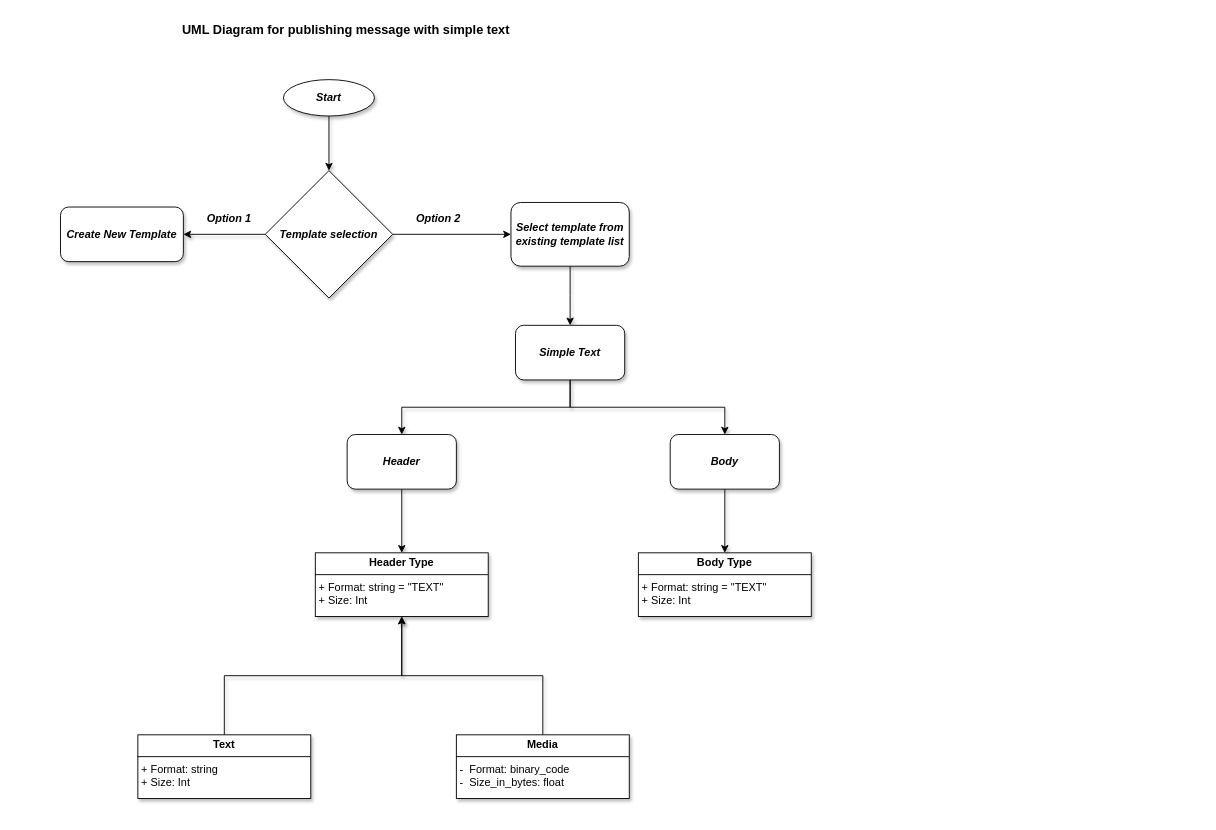
This is umi_diagrams/template_with_sample_text.drawio from AbhishekSiddagalla/Whatsapp-cloudAPI, a draw.io file, before an edit. Source tidied: cells renumbered, new cells numbered last; positions are measured from the earlier drawing's top-left corner, leaving out a move shared by most shapes. Both pictures are drawn from the tidied source at 91%, with x=0, y=0 at pixel (60, 15).
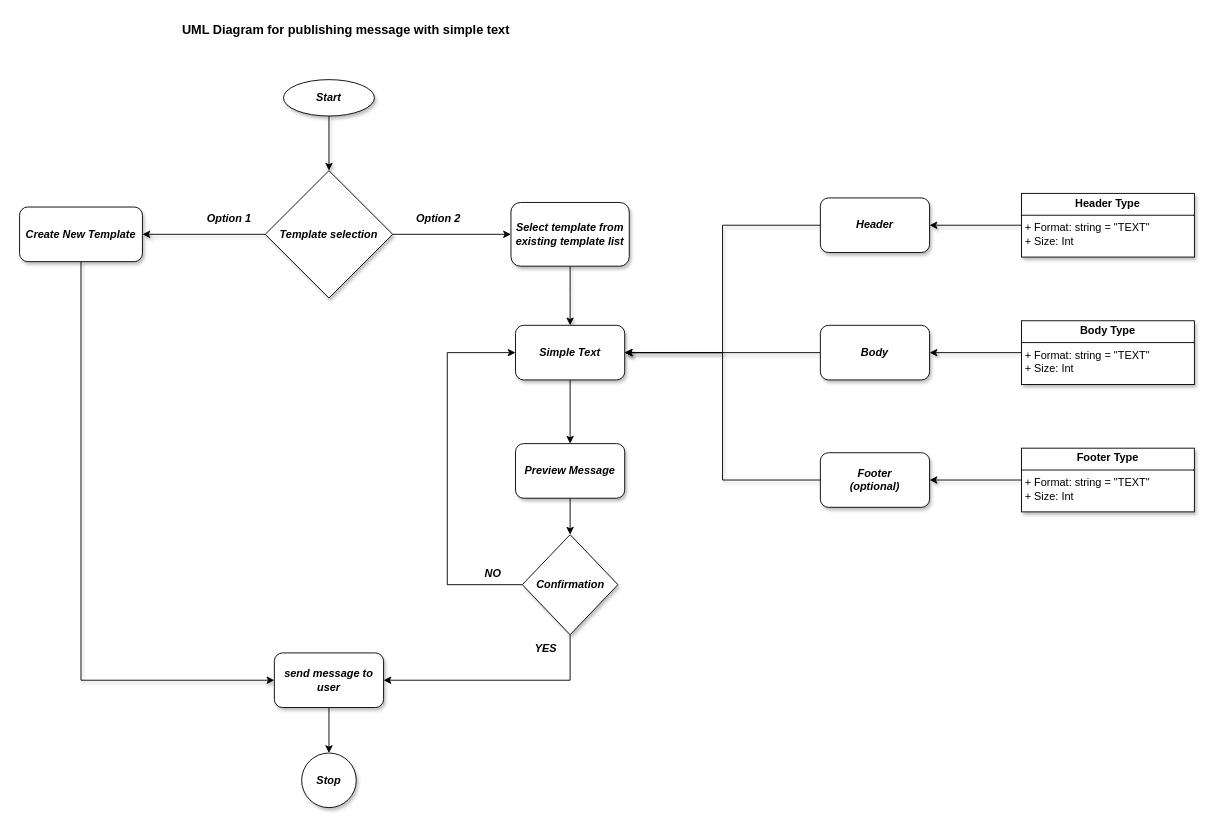
The same page after the edit.

Commit message (it also covers changes not shown here):
# uml diagrams for all tpyes of messages

Unchanged cells that the change refers to:
```xml
<mxCell id="14" value="&lt;b&gt;&lt;i&gt;Simple Text&lt;/i&gt;&lt;/b&gt;" style="rounded=1;whiteSpace=wrap;html=1;shadow=1;" parent="1" vertex="1">
  <mxGeometry x="500" y="340" width="120" height="60" as="geometry" />
</mxCell>
```

Change to the diagram source:
```diff
@@
+    <mxCell id="27" style="edgeStyle=orthogonalEdgeStyle;rounded=0;jettySize=auto;html=1;exitX=0.5;exitY=1;exitDx=0;exitDy=0;entryX=0;entryY=0.5;entryDx=0;entryDy=0;shadow=1;" parent="1" edge="1" source="11" target="37">
+      <mxGeometry relative="1" as="geometry" />
+    </mxCell>
     <mxCell id="11" value="&lt;b&gt;&lt;i&gt;Create New Template&lt;/i&gt;&lt;/b&gt;" style="rounded=1;whiteSpace=wrap;html=1;shadow=1;" parent="1" vertex="1">
-      <mxGeometry y="210" width="135" height="60" as="geometry" />
+      <mxGeometry x="-45" y="210" width="135" height="60" as="geometry" />
     </mxCell>
-    <mxCell id="12" style="edgeStyle=orthogonalEdgeStyle;rounded=0;jettySize=auto;html=1;exitX=0.5;exitY=1;exitDx=0;exitDy=0;entryX=0.5;entryY=0;entryDx=0;entryDy=0;shadow=1;" parent="1" edge="1" source="14" target="26">
-      <mxGeometry relative="1" as="geometry" />
-    </mxCell>
-    <mxCell id="13" style="edgeStyle=orthogonalEdgeStyle;rounded=0;jettySize=auto;html=1;exitX=0.5;exitY=1;exitDx=0;exitDy=0;shadow=1;" parent="1" edge="1" source="14" target="16">
-      <mxGeometry relative="1" as="geometry" />
-    </mxCell>
+    <mxCell id="28" style="edgeStyle=orthogonalEdgeStyle;rounded=0;jettySize=auto;html=1;exitX=0.5;exitY=1;exitDx=0;exitDy=0;entryX=0.5;entryY=0;entryDx=0;entryDy=0;" parent="1" edge="1" source="14" target="35">
+      <mxGeometry relative="1" as="geometry" />
+    </mxCell>
@@
-    <mxCell id="15" style="edgeStyle=orthogonalEdgeStyle;rounded=0;jettySize=auto;html=1;exitX=0.5;exitY=1;exitDx=0;exitDy=0;shadow=1;" parent="1" edge="1" source="16" target="17">
-      <mxGeometry relative="1" as="geometry" />
-    </mxCell>
+    <mxCell id="29" style="edgeStyle=orthogonalEdgeStyle;rounded=0;jettySize=auto;html=1;exitX=0;exitY=0.5;exitDx=0;exitDy=0;entryX=1;entryY=0.5;entryDx=0;entryDy=0;shadow=1;" parent="1" edge="1" source="16" target="14">
+      <mxGeometry relative="1" as="geometry" />
+    </mxCell>
     <mxCell id="16" value="&lt;b&gt;&lt;i&gt;Header&lt;/i&gt;&lt;/b&gt;" style="rounded=1;whiteSpace=wrap;html=1;shadow=1;" parent="1" vertex="1">
-      <mxGeometry x="315" y="460" width="120" height="60" as="geometry" />
+      <mxGeometry x="835" y="200" width="120" height="60" as="geometry" />
     </mxCell>
+    <mxCell id="30" style="edgeStyle=orthogonalEdgeStyle;rounded=0;jettySize=auto;html=1;exitX=0;exitY=0.5;exitDx=0;exitDy=0;entryX=1;entryY=0.5;entryDx=0;entryDy=0;shadow=1;" parent="1" edge="1" source="17" target="16">
+      <mxGeometry relative="1" as="geometry" />
+    </mxCell>
     <mxCell id="17" value="&lt;p style=&quot;margin:0px;margin-top:4px;text-align:center;&quot;&gt;&lt;b&gt;Header Type&lt;/b&gt;&lt;/p&gt;&lt;hr size=&quot;1&quot; style=&quot;border-style:solid;&quot;&gt;&lt;p style=&quot;margin:0px;margin-left:4px;&quot;&gt;+ Format: string = &quot;TEXT&quot;&lt;br&gt;+ Size: Int&lt;/p&gt;&lt;p style=&quot;margin:0px;margin-left:4px;&quot;&gt;&lt;br&gt;&lt;/p&gt;" style="verticalAlign=top;align=left;overflow=fill;html=1;whiteSpace=wrap;shadow=1;" parent="1" vertex="1">
-      <mxGeometry x="280" y="590" width="190" height="70" as="geometry" />
+      <mxGeometry x="1056" y="195" width="190" height="70" as="geometry" />
     </mxCell>
-    <mxCell id="18" style="edgeStyle=orthogonalEdgeStyle;rounded=0;jettySize=auto;html=1;exitX=0.5;exitY=0;exitDx=0;exitDy=0;entryX=0.5;entryY=1;entryDx=0;entryDy=0;shadow=1;" parent="1" edge="1" source="19" target="17">
-      <mxGeometry relative="1" as="geometry" />
-    </mxCell>
-    <mxCell id="19" value="&lt;p style=&quot;margin:0px;margin-top:4px;text-align:center;&quot;&gt;&lt;b&gt;Text&lt;/b&gt;&lt;/p&gt;&lt;hr size=&quot;1&quot; style=&quot;border-style:solid;&quot;&gt;&lt;p style=&quot;margin:0px;margin-left:4px;&quot;&gt;+ Format: string&lt;br&gt;+ Size: Int&lt;/p&gt;&lt;p style=&quot;margin:0px;margin-left:4px;&quot;&gt;&lt;br&gt;&lt;/p&gt;" style="verticalAlign=top;align=left;overflow=fill;html=1;whiteSpace=wrap;shadow=1;" parent="1" vertex="1">
-      <mxGeometry x="85" y="790" width="190" height="70" as="geometry" />
-    </mxCell>
-    <mxCell id="20" style="edgeStyle=orthogonalEdgeStyle;rounded=0;jettySize=auto;html=1;exitX=0.5;exitY=0;exitDx=0;exitDy=0;entryX=0.5;entryY=1;entryDx=0;entryDy=0;shadow=1;" parent="1" edge="1" source="21" target="17">
-      <mxGeometry relative="1" as="geometry" />
-    </mxCell>
-    <mxCell id="21" value="&lt;p style=&quot;margin:0px;margin-top:4px;text-align:center;&quot;&gt;&lt;b&gt;Media&lt;/b&gt;&lt;/p&gt;&lt;hr size=&quot;1&quot; style=&quot;border-style:solid;&quot;&gt;&lt;p style=&quot;margin:0px;margin-left:4px;&quot;&gt;-&amp;nbsp; Format: binary_code&lt;br&gt;-&amp;nbsp; Size_in_bytes: float&lt;/p&gt;&lt;p style=&quot;margin:0px;margin-left:4px;&quot;&gt;&lt;br&gt;&lt;/p&gt;" style="verticalAlign=top;align=left;overflow=fill;html=1;whiteSpace=wrap;shadow=1;" parent="1" vertex="1">
-      <mxGeometry x="435" y="790" width="190" height="70" as="geometry" />
-    </mxCell>
@@
+    <mxCell id="31" style="edgeStyle=orthogonalEdgeStyle;rounded=0;jettySize=auto;html=1;exitX=0;exitY=0.5;exitDx=0;exitDy=0;entryX=1;entryY=0.5;entryDx=0;entryDy=0;shadow=1;" parent="1" edge="1" source="24" target="26">
+      <mxGeometry relative="1" as="geometry" />
+    </mxCell>
     <mxCell id="24" value="&lt;p style=&quot;margin:0px;margin-top:4px;text-align:center;&quot;&gt;&lt;b&gt;Body Type&lt;/b&gt;&lt;/p&gt;&lt;hr size=&quot;1&quot; style=&quot;border-style:solid;&quot;&gt;&lt;p style=&quot;margin:0px;margin-left:4px;&quot;&gt;+ Format: string = &quot;TEXT&quot;&lt;br&gt;+ Size: Int&lt;/p&gt;&lt;p style=&quot;margin:0px;margin-left:4px;&quot;&gt;&lt;br&gt;&lt;/p&gt;" style="verticalAlign=top;align=left;overflow=fill;html=1;whiteSpace=wrap;shadow=1;" parent="1" vertex="1">
-      <mxGeometry x="635" y="590" width="190" height="70" as="geometry" />
+      <mxGeometry x="1056" y="335" width="190" height="70" as="geometry" />
     </mxCell>
-    <mxCell id="25" style="edgeStyle=orthogonalEdgeStyle;rounded=0;jettySize=auto;html=1;exitX=0.5;exitY=1;exitDx=0;exitDy=0;entryX=0.5;entryY=0;entryDx=0;entryDy=0;shadow=1;" parent="1" edge="1" source="26" target="24">
-      <mxGeometry relative="1" as="geometry" />
-    </mxCell>
+    <mxCell id="32" style="edgeStyle=orthogonalEdgeStyle;rounded=0;jettySize=auto;html=1;exitX=0;exitY=0.5;exitDx=0;exitDy=0;entryX=1;entryY=0.5;entryDx=0;entryDy=0;shadow=1;" parent="1" edge="1" source="26" target="14">
+      <mxGeometry relative="1" as="geometry" />
+    </mxCell>
     <mxCell id="26" value="&lt;b&gt;&lt;i&gt;Body&lt;/i&gt;&lt;/b&gt;" style="rounded=1;whiteSpace=wrap;html=1;shadow=1;" parent="1" vertex="1">
-      <mxGeometry x="670" y="460" width="120" height="60" as="geometry" />
+      <mxGeometry x="835" y="340" width="120" height="60" as="geometry" />
     </mxCell>
+    <mxCell id="33" value="&lt;b&gt;&lt;i&gt;Stop&lt;/i&gt;&lt;/b&gt;" style="ellipse;whiteSpace=wrap;html=1;shadow=1;" parent="1" vertex="1">
+      <mxGeometry x="265" y="810" width="60" height="60" as="geometry" />
+    </mxCell>
+    <mxCell id="34" style="edgeStyle=orthogonalEdgeStyle;rounded=0;jettySize=auto;html=1;exitX=0.5;exitY=1;exitDx=0;exitDy=0;entryX=0.5;entryY=0;entryDx=0;entryDy=0;" parent="1" edge="1" source="35" target="44">
+      <mxGeometry relative="1" as="geometry" />
+    </mxCell>
+    <mxCell id="35" value="&lt;b&gt;&lt;i&gt;Preview Message&lt;/i&gt;&lt;/b&gt;" style="rounded=1;whiteSpace=wrap;html=1;shadow=1;" parent="1" vertex="1">
+      <mxGeometry x="500" y="470" width="120" height="60" as="geometry" />
+    </mxCell>
+    <mxCell id="36" style="edgeStyle=orthogonalEdgeStyle;rounded=0;jettySize=auto;html=1;exitX=0.5;exitY=1;exitDx=0;exitDy=0;entryX=0.5;entryY=0;entryDx=0;entryDy=0;" parent="1" edge="1" source="37" target="33">
+      <mxGeometry relative="1" as="geometry" />
+    </mxCell>
+    <mxCell id="37" value="&lt;b&gt;&lt;i&gt;send message to user&lt;/i&gt;&lt;/b&gt;" style="rounded=1;whiteSpace=wrap;html=1;shadow=1;" parent="1" vertex="1">
+      <mxGeometry x="235" y="700" width="120" height="60" as="geometry" />
+    </mxCell>
+    <mxCell id="38" style="edgeStyle=orthogonalEdgeStyle;rounded=0;jettySize=auto;html=1;exitX=0;exitY=0.5;exitDx=0;exitDy=0;entryX=1;entryY=0.5;entryDx=0;entryDy=0;shadow=1;" parent="1" edge="1" source="39" target="14">
+      <mxGeometry relative="1" as="geometry" />
+    </mxCell>
+    <mxCell id="39" value="&lt;b&gt;&lt;i&gt;Footer&lt;br&gt;(optional)&lt;/i&gt;&lt;/b&gt;" style="rounded=1;whiteSpace=wrap;html=1;shadow=1;" parent="1" vertex="1">
+      <mxGeometry x="835" y="480" width="120" height="60" as="geometry" />
+    </mxCell>
+    <mxCell id="40" style="edgeStyle=orthogonalEdgeStyle;rounded=0;jettySize=auto;html=1;exitX=0;exitY=0.5;exitDx=0;exitDy=0;entryX=1;entryY=0.5;entryDx=0;entryDy=0;shadow=1;" parent="1" edge="1" source="41" target="39">
+      <mxGeometry relative="1" as="geometry" />
+    </mxCell>
+    <mxCell id="41" value="&lt;p style=&quot;margin:0px;margin-top:4px;text-align:center;&quot;&gt;&lt;b&gt;Footer Type&lt;/b&gt;&lt;/p&gt;&lt;hr size=&quot;1&quot; style=&quot;border-style:solid;&quot;&gt;&lt;p style=&quot;margin:0px;margin-left:4px;&quot;&gt;+ Format: string = &quot;TEXT&quot;&lt;br&gt;+ Size: Int&lt;/p&gt;&lt;p style=&quot;margin:0px;margin-left:4px;&quot;&gt;&lt;br&gt;&lt;/p&gt;" style="verticalAlign=top;align=left;overflow=fill;html=1;whiteSpace=wrap;shadow=1;" parent="1" vertex="1">
+      <mxGeometry x="1056" y="475" width="190" height="70" as="geometry" />
+    </mxCell>
+    <mxCell id="42" style="edgeStyle=orthogonalEdgeStyle;rounded=0;jettySize=auto;html=1;exitX=0.5;exitY=1;exitDx=0;exitDy=0;entryX=1;entryY=0.5;entryDx=0;entryDy=0;" parent="1" edge="1" source="44" target="37">
+      <mxGeometry relative="1" as="geometry">
+        <Array as="points">
+          <mxPoint x="560" y="730" />
+        </Array>
+      </mxGeometry>
+    </mxCell>
+    <mxCell id="43" style="edgeStyle=orthogonalEdgeStyle;rounded=0;jettySize=auto;html=1;exitX=0;exitY=0.5;exitDx=0;exitDy=0;entryX=0;entryY=0.5;entryDx=0;entryDy=0;" parent="1" edge="1" source="44" target="14">
+      <mxGeometry relative="1" as="geometry">
+        <Array as="points">
+          <mxPoint x="425" y="625" />
+          <mxPoint x="425" y="370" />
+        </Array>
+      </mxGeometry>
+    </mxCell>
+    <mxCell id="44" value="&lt;b&gt;&lt;i&gt;Confirmation&lt;/i&gt;&lt;/b&gt;" style="rhombus;whiteSpace=wrap;html=1;shadow=1;" parent="1" vertex="1">
+      <mxGeometry x="507.5" y="570" width="105" height="110" as="geometry" />
+    </mxCell>
+    <mxCell id="45" value="&lt;b&gt;&lt;i&gt;YES&lt;/i&gt;&lt;/b&gt;" style="text;html=1;align=center;verticalAlign=middle;strokeColor=none;fillColor=none;" parent="1" vertex="1">
+      <mxGeometry x="507.5" y="680" width="50" height="30" as="geometry" />
+    </mxCell>
+    <mxCell id="46" value="&lt;b&gt;&lt;i&gt;NO&lt;/i&gt;&lt;/b&gt;" style="text;html=1;align=center;verticalAlign=middle;strokeColor=none;fillColor=none;" parent="1" vertex="1">
+      <mxGeometry x="455" y="598" width="40" height="30" as="geometry" />
+    </mxCell>
```
